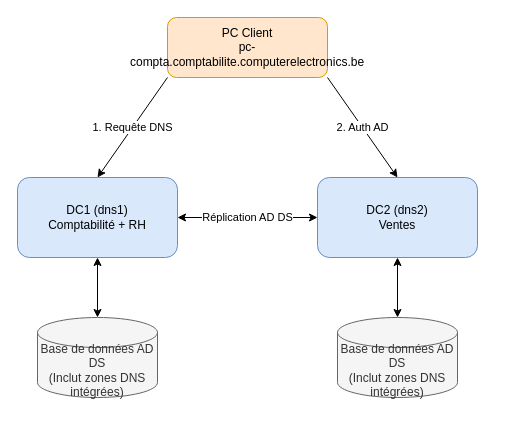
Before: diagrams/integration_dns_ad.drawio in choquitofrito/ActiveDirectory, a draw.io diagram. Source tidied: cells renumbered, new cells numbered last; positions are measured from the earlier drawing's top-left corner, leaving out a move shared by most shapes. Both pictures are drawn from the tidied source at 100%, with x=0, y=0 at pixel (17, 17).
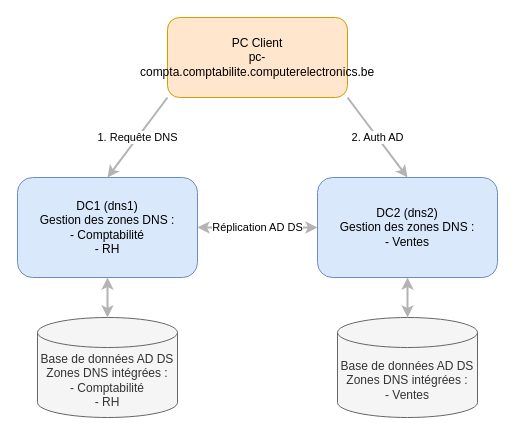
The same diagram, later.

What changed in the source:
```diff
@@
 <mxGraphModel>
   <root>
     <mxCell id="0" />
     <mxCell id="1" parent="0" />
-    <mxCell id="2" value="DC1 (dns1)&#10;Comptabilité + RH" style="rounded=1;whiteSpace=wrap;html=1;fillColor=#dae8fc;strokeColor=#6c8ebf;" parent="1" vertex="1">
-      <mxGeometry y="160" width="160" height="80" as="geometry" />
+    <mxCell id="2" value="DC1 (dns1)&#10;Gestion des zones DNS :&#10;- Comptabilité&#10;- RH" style="rounded=1;whiteSpace=wrap;html=1;fillColor=#dae8fc;strokeColor=#6c8ebf;" parent="1" vertex="1">
+      <mxGeometry y="160" width="180" height="100" as="geometry" />
     </mxCell>
-    <mxCell id="3" value="DC2 (dns2)&#10;Ventes" style="rounded=1;whiteSpace=wrap;html=1;fillColor=#dae8fc;strokeColor=#6c8ebf;" parent="1" vertex="1">
-      <mxGeometry x="300" y="160" width="160" height="80" as="geometry" />
+    <mxCell id="3" value="DC2 (dns2)&#10;Gestion des zones DNS :&#10;- Ventes" style="rounded=1;whiteSpace=wrap;html=1;fillColor=#dae8fc;strokeColor=#6c8ebf;" parent="1" vertex="1">
+      <mxGeometry x="300" y="160" width="180" height="100" as="geometry" />
     </mxCell>
-    <mxCell id="4" value="Base de données AD DS&#10;(Inclut zones DNS intégrées)" style="shape=cylinder3;whiteSpace=wrap;html=1;boundedLbl=1;backgroundOutline=1;size=15;fillColor=#f5f5f5;strokeColor=#666666;fontColor=#333333;" parent="1" vertex="1">
-      <mxGeometry x="20" y="300" width="120" height="80" as="geometry" />
+    <mxCell id="4" value="Base de données AD DS&#10;Zones DNS intégrées :&#10;- Comptabilité&#10;- RH" style="shape=cylinder3;whiteSpace=wrap;html=1;boundedLbl=1;backgroundOutline=1;size=15;fillColor=#f5f5f5;strokeColor=#666666;fontColor=#333333;" parent="1" vertex="1">
+      <mxGeometry x="20" y="300" width="140" height="100" as="geometry" />
     </mxCell>
-    <mxCell id="5" value="Base de données AD DS&#10;(Inclut zones DNS intégrées)" style="shape=cylinder3;whiteSpace=wrap;html=1;boundedLbl=1;backgroundOutline=1;size=15;fillColor=#f5f5f5;strokeColor=#666666;fontColor=#333333;" parent="1" vertex="1">
-      <mxGeometry x="320" y="300" width="120" height="80" as="geometry" />
+    <mxCell id="5" value="Base de données AD DS&#10;Zones DNS intégrées :&#10;- Ventes" style="shape=cylinder3;whiteSpace=wrap;html=1;boundedLbl=1;backgroundOutline=1;size=15;fillColor=#f5f5f5;strokeColor=#666666;fontColor=#333333;" parent="1" vertex="1">
+      <mxGeometry x="320" y="300" width="140" height="100" as="geometry" />
     </mxCell>
     <mxCell id="6" value="PC Client&#10;pc-compta.comptabilite.computerelectronics.be" style="rounded=1;whiteSpace=wrap;html=1;fillColor=#ffe6cc;strokeColor=#d79b00;" parent="1" vertex="1">
-      <mxGeometry x="150" width="160" height="60" as="geometry" />
+      <mxGeometry x="150" width="180" height="80" as="geometry" />
     </mxCell>
-    <mxCell id="7" value="Réplication AD DS" style="endArrow=classic;startArrow=classic;html=1;rounded=0;entryX=0;entryY=0.5;entryDx=0;entryDy=0;exitX=1;exitY=0.5;exitDx=0;exitDy=0;" parent="1" edge="1" source="2" target="3">
+    <mxCell id="7" value="Réplication AD DS" style="endArrow=classic;startArrow=classic;html=1;rounded=0;entryX=0;entryY=0.5;entryDx=0;entryDy=0;exitX=1;exitY=0.5;exitDx=0;exitDy=0;strokeColor=#B3B3B3;strokeWidth=2;" parent="1" edge="1" source="2" target="3">
       <mxGeometry relative="1" as="geometry" />
     </mxCell>
-    <mxCell id="8" style="endArrow=classic;startArrow=classic;html=1;rounded=0;entryX=0.5;entryY=1;entryDx=0;entryDy=0;exitX=0.5;exitY=0;exitDx=0;exitDy=0;" parent="1" edge="1" source="4" target="2">
+    <mxCell id="8" style="endArrow=classic;startArrow=classic;html=1;rounded=0;entryX=0.5;entryY=1;entryDx=0;entryDy=0;exitX=0.5;exitY=0;exitDx=0;exitDy=0;strokeColor=#B3B3B3;strokeWidth=2;" parent="1" edge="1" source="4" target="2">
       <mxGeometry relative="1" as="geometry" />
     </mxCell>
-    <mxCell id="9" style="endArrow=classic;startArrow=classic;html=1;rounded=0;entryX=0.5;entryY=1;entryDx=0;entryDy=0;exitX=0.5;exitY=0;exitDx=0;exitDy=0;" parent="1" edge="1" source="5" target="3">
+    <mxCell id="9" style="endArrow=classic;startArrow=classic;html=1;rounded=0;entryX=0.5;entryY=1;entryDx=0;entryDy=0;exitX=0.5;exitY=0;exitDx=0;exitDy=0;strokeColor=#B3B3B3;strokeWidth=2;" parent="1" edge="1" source="5" target="3">
       <mxGeometry relative="1" as="geometry" />
     </mxCell>
-    <mxCell id="10" value="1. Requête DNS" style="endArrow=classic;html=1;rounded=0;entryX=0.5;entryY=0;entryDx=0;entryDy=0;exitX=0;exitY=1;exitDx=0;exitDy=0;" parent="1" edge="1" source="6" target="2">
+    <mxCell id="10" value="1. Requête DNS" style="endArrow=classic;html=1;rounded=0;entryX=0.5;entryY=0;entryDx=0;entryDy=0;exitX=0;exitY=1;exitDx=0;exitDy=0;strokeColor=#B3B3B3;strokeWidth=2;" parent="1" edge="1" source="6" target="2">
       <mxGeometry relative="1" as="geometry" />
     </mxCell>
-    <mxCell id="11" value="2. Auth AD" style="endArrow=classic;html=1;rounded=0;entryX=0.5;entryY=0;entryDx=0;entryDy=0;exitX=1;exitY=1;exitDx=0;exitDy=0;" parent="1" edge="1" source="6" target="3">
+    <mxCell id="11" value="2. Auth AD" style="endArrow=classic;html=1;rounded=0;entryX=0.5;entryY=0;entryDx=0;entryDy=0;exitX=1;exitY=1;exitDx=0;exitDy=0;strokeColor=#B3B3B3;strokeWidth=2;" parent="1" edge="1" source="6" target="3">
       <mxGeometry relative="1" as="geometry" />
     </mxCell>
   </root>
 </mxGraphModel>
```
